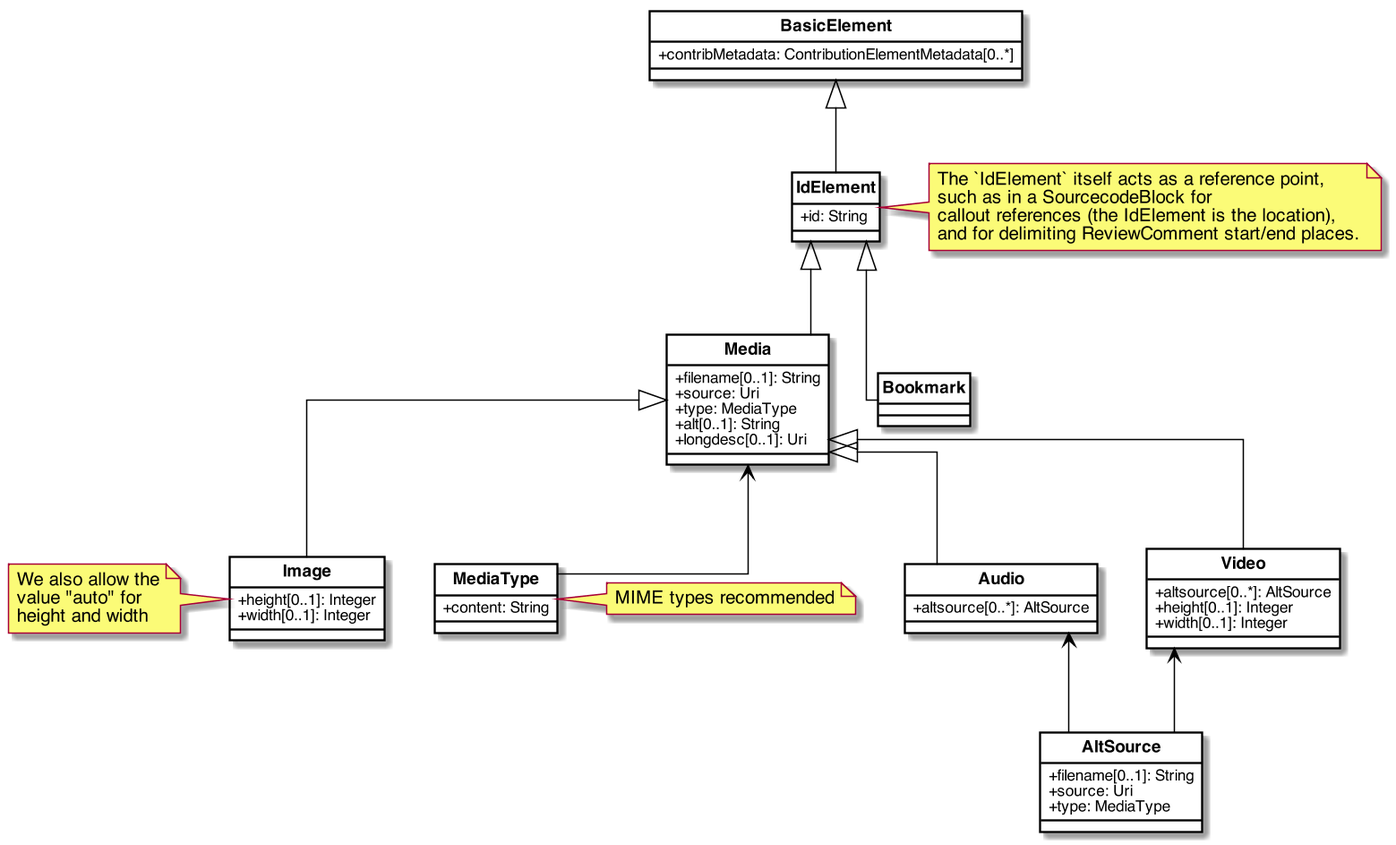
Before: images/IdElements.png, a diagram exported from PlantUML (metanorma/basicdoc-models).
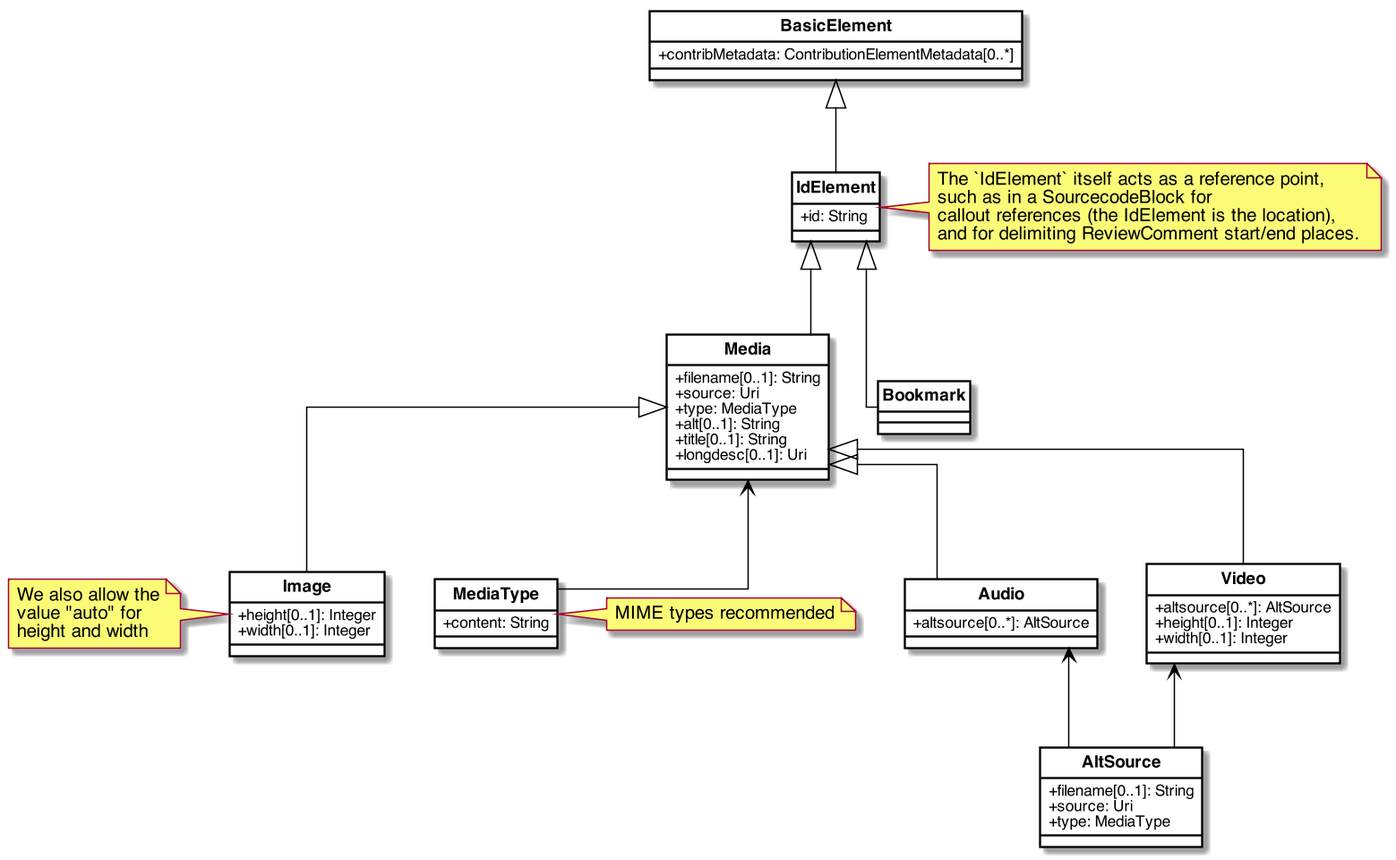
Later version of the same file.

Commit message:
img/@title; https://github.com/metanorma/metanorma-standoc/issues/135

Diff of the diagram source:
```diff
@@ -53,6 +53,7 @@
     +source: Uri
     +type: MediaType
     +alt[0..1]: String
+    +title[0..1]: String
     +longdesc[0..1]: Uri
 }
 
```
